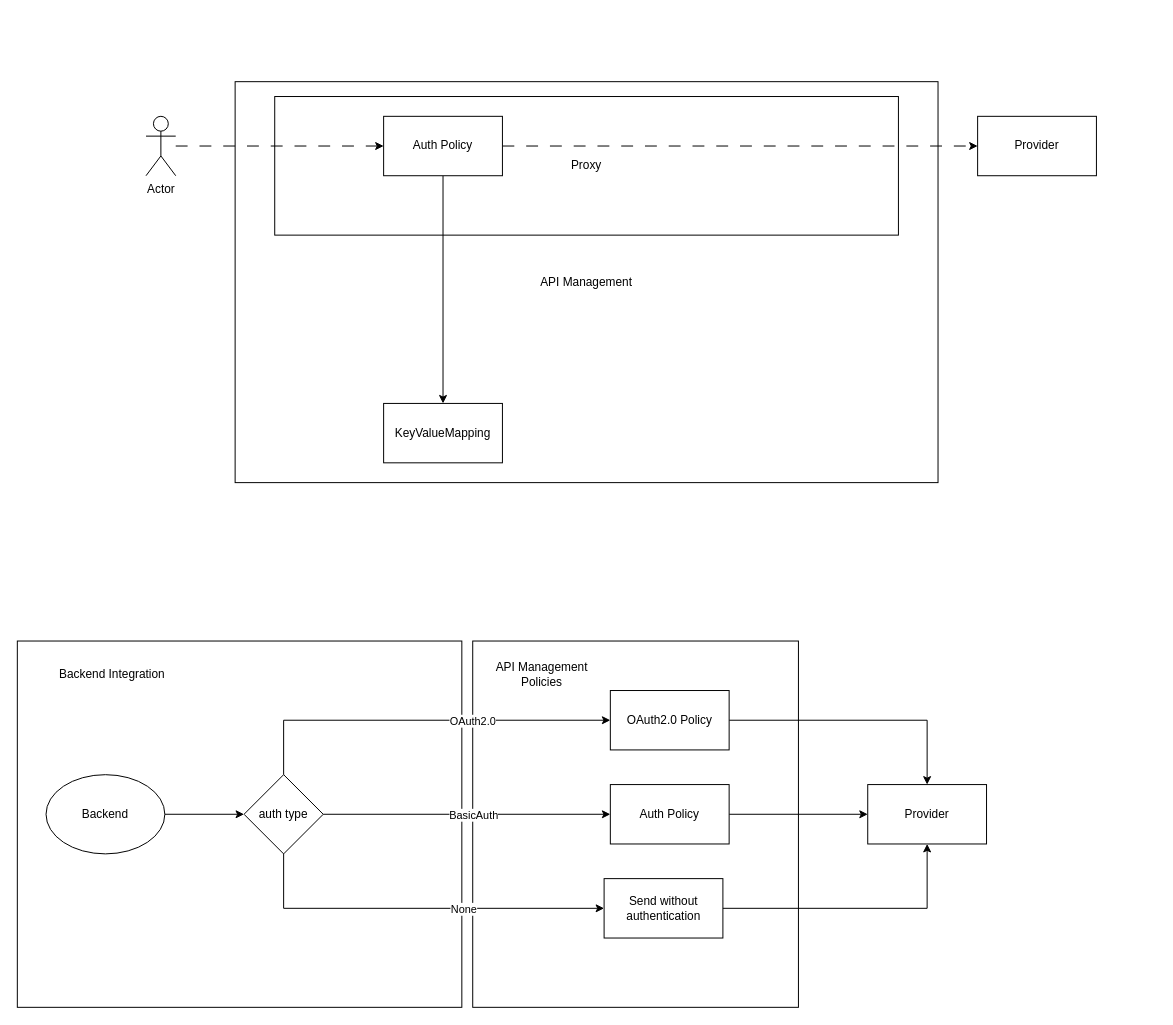
The draw.io diagram page "Provider Authentication" (6 of 6) of bunge.drawio in gabriel-rodrigues-f/sap-api-management-architectural-diagrams, before the edit. Source tidied: cells renumbered, new cells numbered last; positions are measured from the earlier drawing's top-left corner, leaving out a move shared by most shapes. Both pictures are drawn from the tidied source at 99%, with x=0, y=0 at pixel (17, 81).
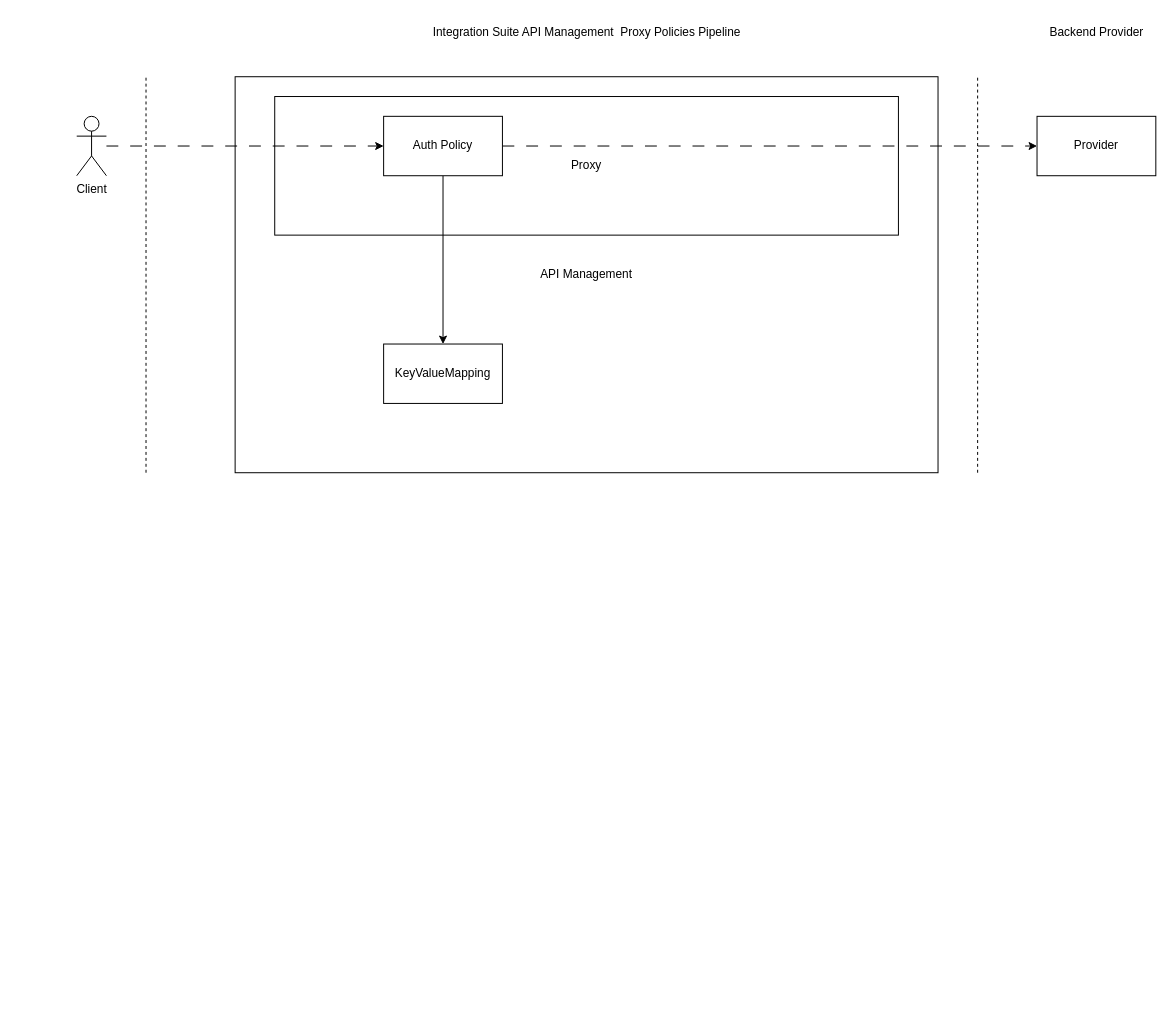
The same diagram, later.

Change to the diagram source:
```diff
@@
-    <mxCell id="2" style="group;" parent="1" vertex="1">
-      <mxGeometry y="565" width="449" height="370" as="geometry" />
-    </mxCell>
-    <mxCell id="3" style="rounded=0;whiteSpace=wrap;html=1;" parent="2" vertex="1">
-      <mxGeometry width="449" height="370" as="geometry" />
-    </mxCell>
-    <mxCell id="4" value="Backend Integration" style="text;html=1;strokeColor=none;fillColor=none;align=center;verticalAlign=middle;whiteSpace=wrap;rounded=0;" parent="2" vertex="1">
-      <mxGeometry x="9.6" y="13.7" width="171.5" height="41.1" as="geometry" />
-    </mxCell>
-    <mxCell id="5" style="group;" parent="1" vertex="1">
-      <mxGeometry x="460" y="565" width="329" height="370" as="geometry" />
-    </mxCell>
-    <mxCell id="6" style="rounded=0;whiteSpace=wrap;html=1;" parent="5" vertex="1">
-      <mxGeometry width="329" height="370" as="geometry" />
-    </mxCell>
-    <mxCell id="7" value="API Management Policies" style="text;html=1;strokeColor=none;fillColor=none;align=center;verticalAlign=middle;whiteSpace=wrap;rounded=0;" parent="5" vertex="1">
-      <mxGeometry x="7.1" y="13.7" width="125.6" height="41.1" as="geometry" />
-    </mxCell>
-    <mxCell id="8" value="Send without&lt;br&gt;authentication" style="rounded=0;whiteSpace=wrap;html=1;" parent="5" vertex="1">
-      <mxGeometry x="132.7" y="240" width="120" height="60" as="geometry" />
-    </mxCell>
-    <mxCell id="9" value="Actor" style="shape=umlActor;verticalLabelPosition=bottom;verticalAlign=top;html=1;outlineConnect=0;" parent="1" vertex="1">
-      <mxGeometry x="130" y="35" width="30" height="60" as="geometry" />
+    <mxCell id="9" value="Client" style="shape=umlActor;verticalLabelPosition=bottom;verticalAlign=top;html=1;outlineConnect=0;" parent="1" vertex="1">
+      <mxGeometry x="60" y="35" width="30" height="60" as="geometry" />
     </mxCell>
     <mxCell id="10" value="API Management" style="rounded=0;whiteSpace=wrap;html=1;spacingTop=0;" parent="1" vertex="1">
-      <mxGeometry x="220" width="710" height="405" as="geometry" />
+      <mxGeometry x="220" y="-5" width="710" height="400" as="geometry" />
     </mxCell>
@@
     <mxCell id="16" value="Provider" style="rounded=0;whiteSpace=wrap;html=1;" parent="1" vertex="1">
-      <mxGeometry x="970" y="35" width="120" height="60" as="geometry" />
+      <mxGeometry x="1030" y="35" width="120" height="60" as="geometry" />
     </mxCell>
     <mxCell id="17" value="KeyValueMapping" style="rounded=0;whiteSpace=wrap;html=1;" parent="1" vertex="1">
-      <mxGeometry x="370" y="325" width="120" height="60" as="geometry" />
+      <mxGeometry x="370" y="265" width="120" height="60" as="geometry" />
     </mxCell>
-    <mxCell id="18" style="edgeStyle=orthogonalEdgeStyle;rounded=0;jettySize=auto;html=1;" parent="1" edge="1" source="19" target="28">
-      <mxGeometry relative="1" as="geometry" />
-    </mxCell>
-    <mxCell id="19" value="Backend" style="ellipse;whiteSpace=wrap;html=1;" parent="1" vertex="1">
-      <mxGeometry x="29" y="700" width="120" height="80" as="geometry" />
-    </mxCell>
-    <mxCell id="20" style="edgeStyle=orthogonalEdgeStyle;rounded=0;jettySize=auto;html=1;" parent="1" edge="1" source="21" target="32">
-      <mxGeometry relative="1" as="geometry" />
-    </mxCell>
-    <mxCell id="21" value="Auth Policy" style="rounded=0;whiteSpace=wrap;html=1;" parent="1" vertex="1">
-      <mxGeometry x="599" y="710" width="120" height="60" as="geometry" />
-    </mxCell>
-    <mxCell id="22" style="edgeStyle=orthogonalEdgeStyle;rounded=0;jettySize=auto;html=1;" parent="1" edge="1" source="28" target="21">
-      <mxGeometry relative="1" as="geometry" />
-    </mxCell>
-    <mxCell id="23" value="BasicAuth" style="edgeLabel;html=1;align=center;verticalAlign=middle;" parent="22" vertex="1">
-      <mxGeometry x="-0.05" y="-2" relative="1" as="geometry">
-        <mxPoint x="13" y="-2" as="offset" />
-      </mxGeometry>
-    </mxCell>
-    <mxCell id="24" style="edgeStyle=orthogonalEdgeStyle;rounded=0;jettySize=auto;html=1;" parent="1" edge="1" source="28" target="30">
-      <mxGeometry relative="1" as="geometry">
-        <Array as="points">
-          <mxPoint x="269" y="645" />
-        </Array>
-      </mxGeometry>
-    </mxCell>
-    <mxCell id="25" value="OAuth2.0" style="edgeLabel;html=1;align=center;verticalAlign=middle;" parent="24" vertex="1">
-      <mxGeometry x="0.31" relative="1" as="geometry">
-        <mxPoint x="-7" as="offset" />
-      </mxGeometry>
-    </mxCell>
-    <mxCell id="26" style="edgeStyle=orthogonalEdgeStyle;rounded=0;jettySize=auto;html=1;" parent="1" edge="1" source="28" target="8">
-      <mxGeometry relative="1" as="geometry">
-        <Array as="points">
-          <mxPoint x="269" y="835" />
-        </Array>
-      </mxGeometry>
-    </mxCell>
-    <mxCell id="27" value="None" style="edgeLabel;html=1;align=center;verticalAlign=middle;" parent="26" vertex="1">
-      <mxGeometry x="-0.13" y="-3" relative="1" as="geometry">
-        <mxPoint x="71" y="-3" as="offset" />
-      </mxGeometry>
-    </mxCell>
-    <mxCell id="28" value="auth type" style="rhombus;whiteSpace=wrap;html=1;" parent="1" vertex="1">
-      <mxGeometry x="229" y="700" width="80" height="80" as="geometry" />
-    </mxCell>
-    <mxCell id="29" style="edgeStyle=orthogonalEdgeStyle;rounded=0;jettySize=auto;html=1;" parent="1" edge="1" source="30" target="32">
-      <mxGeometry relative="1" as="geometry" />
-    </mxCell>
-    <mxCell id="30" value="OAuth2.0 Policy" style="rounded=0;whiteSpace=wrap;html=1;" parent="1" vertex="1">
-      <mxGeometry x="599" y="615" width="120" height="60" as="geometry" />
-    </mxCell>
-    <mxCell id="31" style="edgeStyle=orthogonalEdgeStyle;rounded=0;jettySize=auto;html=1;" parent="1" edge="1" source="8" target="32">
-      <mxGeometry relative="1" as="geometry" />
-    </mxCell>
-    <mxCell id="32" value="Provider" style="rounded=0;whiteSpace=wrap;html=1;" parent="1" vertex="1">
-      <mxGeometry x="859" y="710" width="120" height="60" as="geometry" />
-    </mxCell>
+    <mxCell id="33" style="endArrow=none;dashed=1;html=1;rounded=0;" parent="1" edge="1">
+      <mxGeometry relative="1" as="geometry">
+        <mxPoint x="130" y="395" as="sourcePoint" />
+        <mxPoint x="130" y="-5" as="targetPoint" />
+      </mxGeometry>
+    </mxCell>
+    <mxCell id="34" style="endArrow=none;dashed=1;html=1;rounded=0;" parent="1" edge="1">
+      <mxGeometry relative="1" as="geometry">
+        <mxPoint x="970" y="395" as="sourcePoint" />
+        <mxPoint x="970" y="-5" as="targetPoint" />
+      </mxGeometry>
+    </mxCell>
+    <mxCell id="35" value="Integration Suite API Management&amp;nbsp; Proxy Policies Pipeline" style="text;html=1;align=center;verticalAlign=middle;strokeColor=none;fillColor=none;" parent="1" vertex="1">
+      <mxGeometry x="410" y="-65" width="330" height="30" as="geometry" />
+    </mxCell>
+    <mxCell id="36" value="Backend Provider" style="text;html=1;align=center;verticalAlign=middle;strokeColor=none;fillColor=none;" parent="1" vertex="1">
+      <mxGeometry x="1030" y="-65" width="120" height="30" as="geometry" />
+    </mxCell>
```
